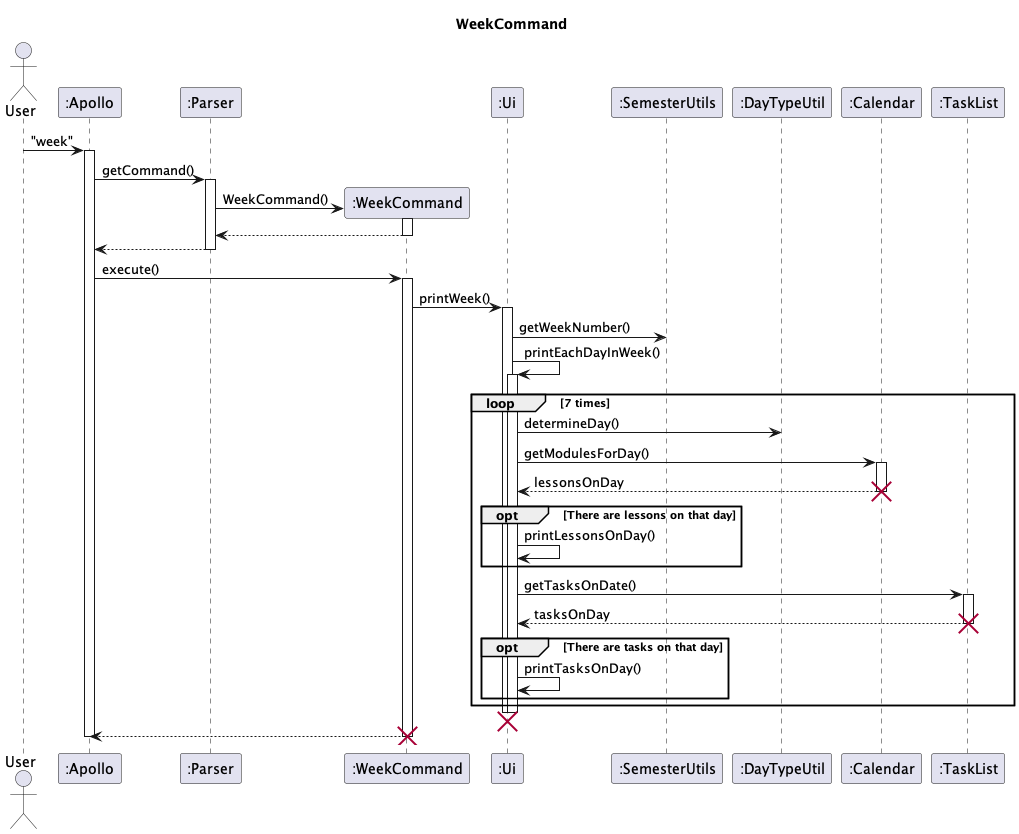
Before: docs/uml-diagrams/Week-WeekCommand.png, a diagram exported from PlantUML (nus-cs2113-AY2223S2/tp).
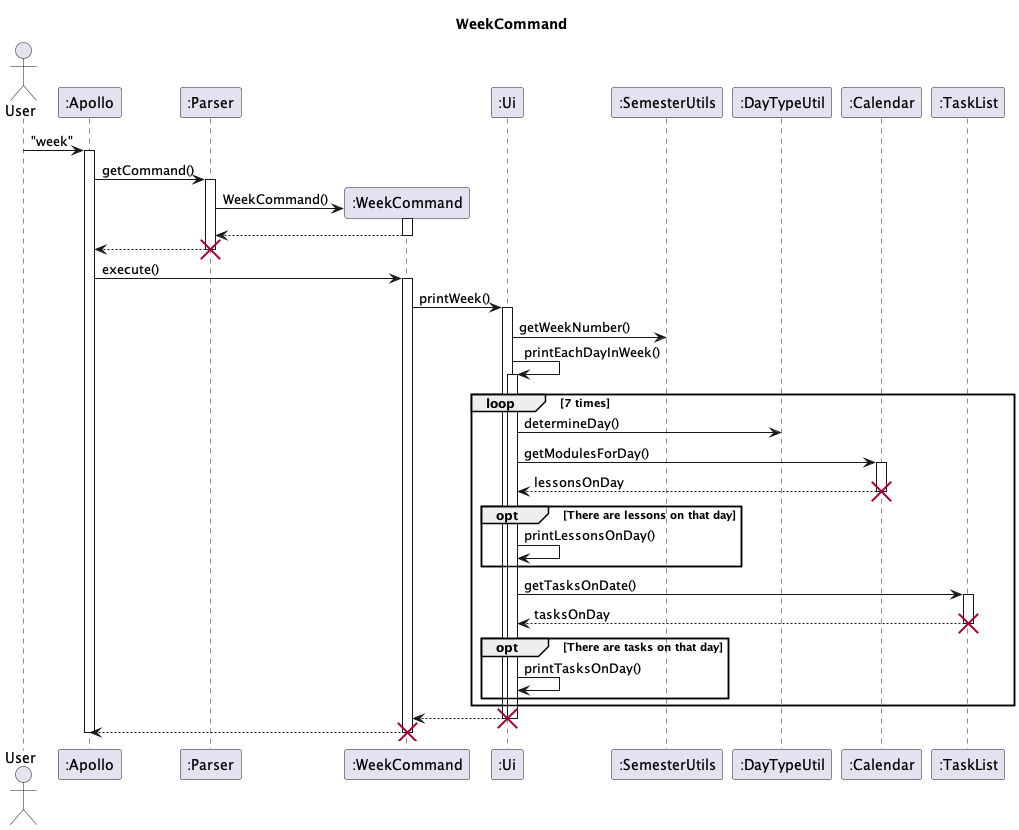
Above is the later version.

Commit message:
Fix bugs in week diagram

Diff of the diagram source:
```diff
@@ -22,10 +22,10 @@
 week++
 return
 return
+destroy Parser
 
 Apollo -> week : execute()
 activate week
-
 
 week -> Ui : printWeek()
 activate Ui
@@ -52,7 +52,7 @@
     Ui -> Ui : printTasksOnDay()
     end
 end
-Ui--
+week <-- Ui--
 destroy Ui
 week --> Apollo
 destroy week
```
